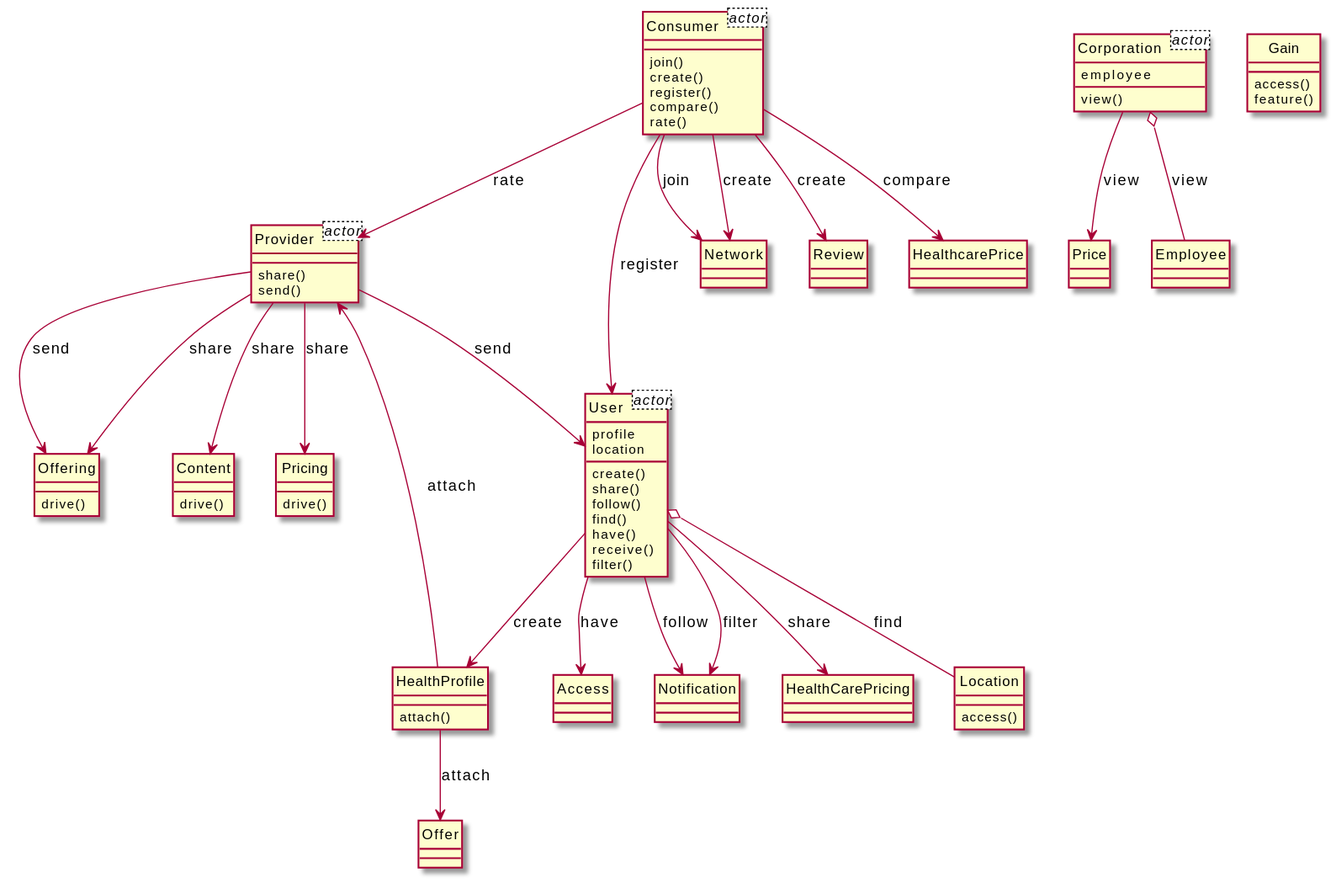
The PlantUML diagram output/diagram_5/2014-USC-Project12.svg in xixixhalu/DomainModelExtractor, before a commit.
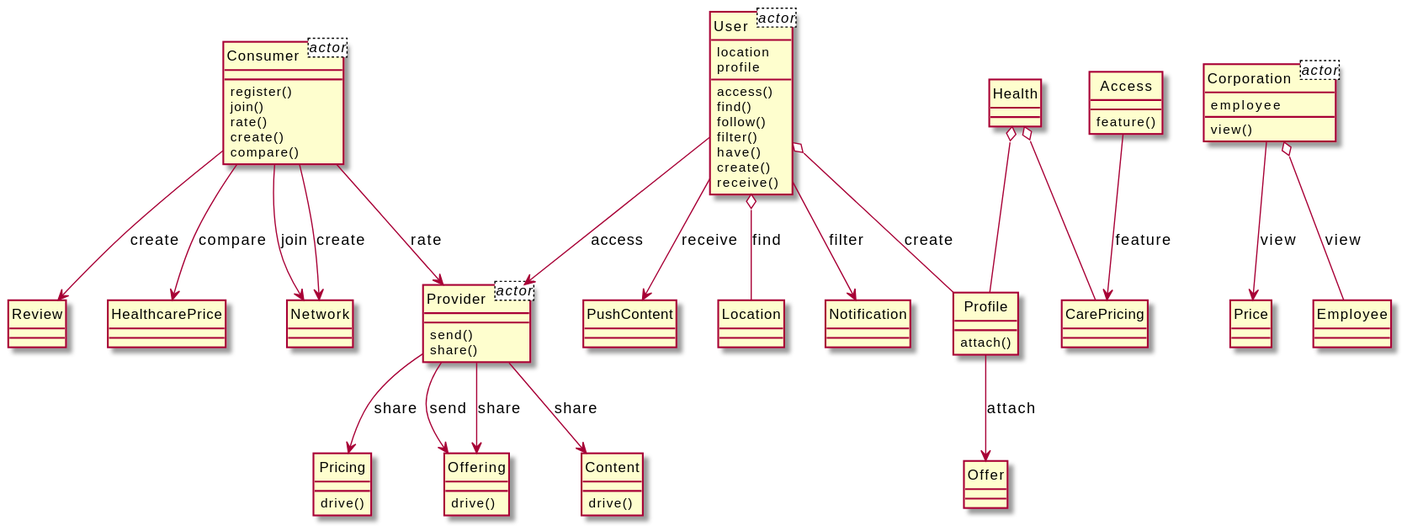
Above is the later version.

The edit, as a diff of the source:
```diff
@@ -8,88 +8,87 @@
 class Provider<actor> {
 }
 class User<actor> {
+	location
 	profile
-	location
 }
-class Consumer {
-	join()
-	create()
-	register()
-	compare()
-	rate()
+class Health {
 }
-class Network {
+class CarePricing {
+}
+class Profile {
+	attach()
+}
+class Provider {
+	send()
+	share()
 }
 class Offering {
 	drive()
 }
 class User {
+	access()
+	find()
+	follow()
+	filter()
+	have()
 	create()
-	share()
-	follow()
-	find()
-	have()
 	receive()
-	filter()
 }
 class Notification {
+}
+class Consumer {
+	register()
+	join()
+	rate()
+	create()
+	compare()
+}
+class Network {
+}
+class Offer {
+}
+class Review {
 }
 class Corporation {
 	view()
 }
-class Content {
-	drive()
+class Price {
 }
 class Access {
+	feature()
 }
-class HealthProfile {
-	attach()
+class Employee {
 }
-class Provider {
-	share()
-	send()
+class PushContent {
 }
-class Price {
-}
-class Review {
-}
-class Offer {
-}
-class Gain {
-	access()
-	feature()
+class Location {
 }
 class Pricing {
 	drive()
 }
-class HealthCarePricing {
-}
 class HealthcarePrice {
 }
-class Location {
-	access()
+class Content {
+	drive()
 }
-class Employee {
-}
-User --> Access : have
-Provider --> User : send
+Health o-- Profile
+Profile --> Offer : attach
+Provider --> Offering : share
+Consumer --> HealthcarePrice : compare
+Consumer --> Review : create
+Provider --> Content : share
+User --> Notification : filter
+Health o-- CarePricing
+Provider --> Offering : send
+Provider --> Pricing : share
+Corporation --> Price : view
+Consumer --> Provider : rate
+Access --> CarePricing : feature
+Corporation o-- Employee : view
+User o-- Profile : create
+User --> PushContent : receive
 Consumer --> Network : join
-Provider --> Offering : send
-HealthProfile --> Provider : attach
 User o-- Location : find
-User --> HealthProfile : create
-Corporation --> Price : view
-Corporation o-- Employee : view
-Consumer --> User : register
-Consumer --> Review : create
-User --> Notification : filter
-HealthProfile --> Offer : attach
-User --> Notification : follow
-Provider --> Offering : share
-Provider --> Pricing : share
-Consumer --> Provider : rate
-Provider --> Content : share
-User --> HealthCarePricing : share
-Consumer --> HealthcarePrice : compare
 Consumer --> Network : create
+User --> Provider : access
 @enduml
```
